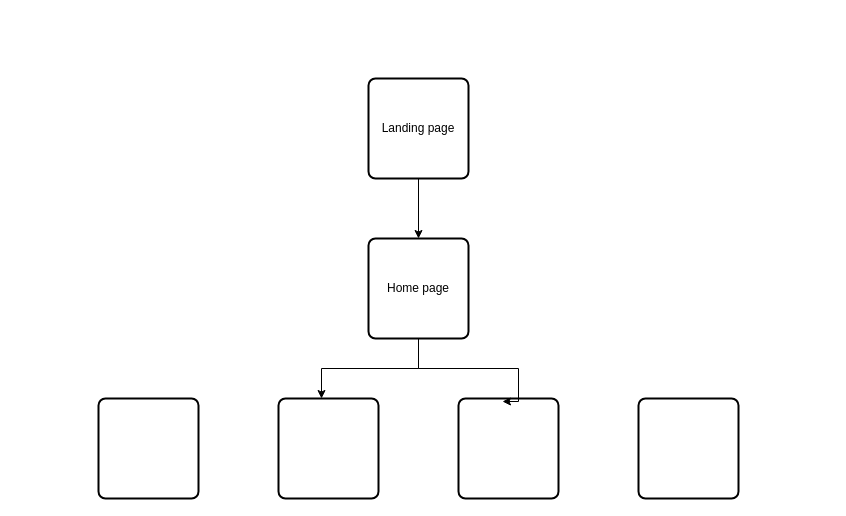
Above: Untitled Diagram.drawio in GarrettGuisinger/Interntwine (draw.io), before the change. Source tidied: cells renumbered, new cells numbered last; positions are measured from the earlier drawing's top-left corner, leaving out a move shared by most shapes. Both pictures are drawn from the tidied source at 100%, with x=0, y=0 at pixel (98, 78).
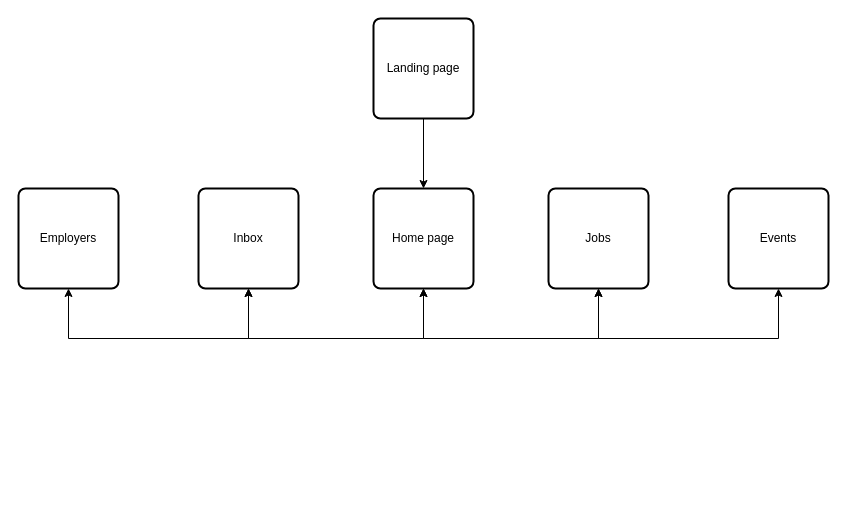
After the change.

Commit message (it also covers changes not shown here):
Top level layer

The edit, as a diff of the source:
```diff
@@
     <mxCell id="3" value="Landing page" style="rounded=1;whiteSpace=wrap;html=1;absoluteArcSize=1;arcSize=14;strokeWidth=2;" parent="1" vertex="1">
-      <mxGeometry x="270" width="100" height="100" as="geometry" />
+      <mxGeometry x="275" y="-60" width="100" height="100" as="geometry" />
     </mxCell>
     <mxCell id="4" value="Home page" style="rounded=1;whiteSpace=wrap;html=1;absoluteArcSize=1;arcSize=14;strokeWidth=2;" parent="1" vertex="1">
-      <mxGeometry x="270" y="160" width="100" height="100" as="geometry" />
+      <mxGeometry x="275" y="110" width="100" height="100" as="geometry" />
     </mxCell>
-    <mxCell id="5" style="rounded=1;whiteSpace=wrap;html=1;absoluteArcSize=1;arcSize=14;strokeWidth=2;" parent="1" vertex="1">
-      <mxGeometry y="320" width="100" height="100" as="geometry" />
+    <mxCell id="5" value="Employers" style="rounded=1;whiteSpace=wrap;html=1;absoluteArcSize=1;arcSize=14;strokeWidth=2;" parent="1" vertex="1">
+      <mxGeometry x="-80" y="110" width="100" height="100" as="geometry" />
     </mxCell>
-    <mxCell id="6" style="rounded=1;whiteSpace=wrap;html=1;absoluteArcSize=1;arcSize=14;strokeWidth=2;" parent="1" vertex="1">
-      <mxGeometry x="180" y="320" width="100" height="100" as="geometry" />
+    <mxCell id="6" value="Inbox" style="rounded=1;whiteSpace=wrap;html=1;absoluteArcSize=1;arcSize=14;strokeWidth=2;" parent="1" vertex="1">
+      <mxGeometry x="100" y="110" width="100" height="100" as="geometry" />
     </mxCell>
-    <mxCell id="7" style="rounded=1;whiteSpace=wrap;html=1;absoluteArcSize=1;arcSize=14;strokeWidth=2;" parent="1" vertex="1">
-      <mxGeometry x="360" y="320" width="100" height="100" as="geometry" />
+    <mxCell id="7" value="Jobs" style="rounded=1;whiteSpace=wrap;html=1;absoluteArcSize=1;arcSize=14;strokeWidth=2;" parent="1" vertex="1">
+      <mxGeometry x="450" y="110" width="100" height="100" as="geometry" />
     </mxCell>
-    <mxCell id="8" style="rounded=1;whiteSpace=wrap;html=1;absoluteArcSize=1;arcSize=14;strokeWidth=2;" parent="1" vertex="1">
-      <mxGeometry x="540" y="320" width="100" height="100" as="geometry" />
+    <mxCell id="8" value="Events" style="rounded=1;whiteSpace=wrap;html=1;absoluteArcSize=1;arcSize=14;strokeWidth=2;" parent="1" vertex="1">
+      <mxGeometry x="630" y="110" width="100" height="100" as="geometry" />
     </mxCell>
-    <mxCell id="9" style="edgeStyle=orthogonalEdgeStyle;rounded=0;jettySize=auto;html=1;entryX=0.44;entryY=0.03;entryDx=0;entryDy=0;entryPerimeter=0;" parent="1" edge="1" source="4" target="7">
-      <mxGeometry relative="1" as="geometry">
-        <Array as="points">
-          <mxPoint x="320" y="290" />
-          <mxPoint x="420" y="290" />
-          <mxPoint x="420" y="323" />
-        </Array>
-      </mxGeometry>
-    </mxCell>
-    <mxCell id="10" style="edgeStyle=orthogonalEdgeStyle;rounded=0;jettySize=auto;html=1;entryX=0.43;entryY=0;entryDx=0;entryDy=0;entryPerimeter=0;" parent="1" edge="1" source="4" target="6">
-      <mxGeometry relative="1" as="geometry" />
-    </mxCell>
+    <mxCell id="11" style="endArrow=classic;startArrow=classic;html=1;rounded=0;exitX=0.5;exitY=1;exitDx=0;exitDy=0;" parent="1" edge="1" source="6">
+      <mxGeometry relative="1" as="geometry">
+        <mxPoint x="-30" y="210" as="targetPoint" />
+        <Array as="points">
+          <mxPoint x="150" y="260" />
+          <mxPoint x="-30" y="260" />
+        </Array>
+      </mxGeometry>
+    </mxCell>
+    <mxCell id="12" style="endArrow=classic;startArrow=classic;html=1;rounded=0;exitX=0.5;exitY=1;exitDx=0;exitDy=0;" parent="1" edge="1">
+      <mxGeometry relative="1" as="geometry">
+        <mxPoint x="680" y="210" as="sourcePoint" />
+        <mxPoint x="500" y="210" as="targetPoint" />
+        <Array as="points">
+          <mxPoint x="680" y="260" />
+          <mxPoint x="500" y="260" />
+        </Array>
+      </mxGeometry>
+    </mxCell>
+    <mxCell id="13" style="endArrow=classic;startArrow=classic;html=1;rounded=0;exitX=0.5;exitY=1;exitDx=0;exitDy=0;entryX=0.5;entryY=1;entryDx=0;entryDy=0;" parent="1" edge="1" source="6" target="4">
+      <mxGeometry relative="1" as="geometry">
+        <Array as="points">
+          <mxPoint x="150" y="260" />
+          <mxPoint x="325" y="260" />
+        </Array>
+      </mxGeometry>
+    </mxCell>
+    <mxCell id="14" style="endArrow=classic;startArrow=classic;html=1;rounded=0;exitX=0.5;exitY=1;exitDx=0;exitDy=0;entryX=0.5;entryY=1;entryDx=0;entryDy=0;" parent="1" edge="1">
+      <mxGeometry relative="1" as="geometry">
+        <mxPoint x="325" y="210" as="sourcePoint" />
+        <mxPoint x="500" y="210" as="targetPoint" />
+        <Array as="points">
+          <mxPoint x="325" y="260" />
+          <mxPoint x="500" y="260" />
+        </Array>
+      </mxGeometry>
+    </mxCell>
```
